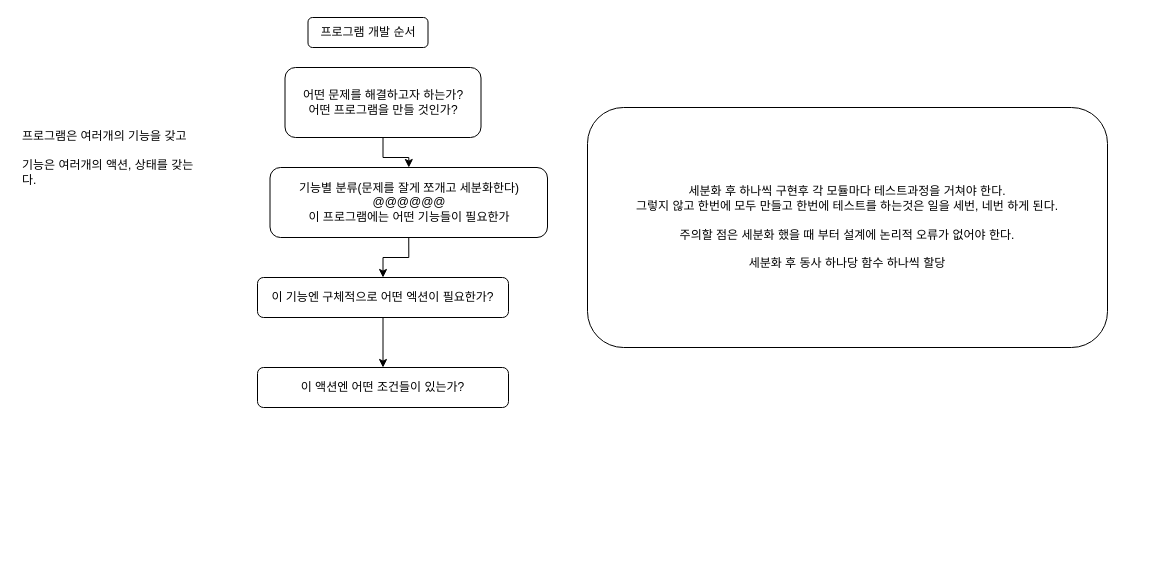
Before: 다이어그램/@@@@프로그램 구현 순서.drawio in steelfs/JY, a draw.io diagram. Source tidied: cells renumbered, new cells numbered last; positions are measured from the earlier drawing's top-left corner, leaving out a move shared by most shapes. Both pictures are drawn from the tidied source at 100%, with x=0, y=0 at pixel (17, 17).
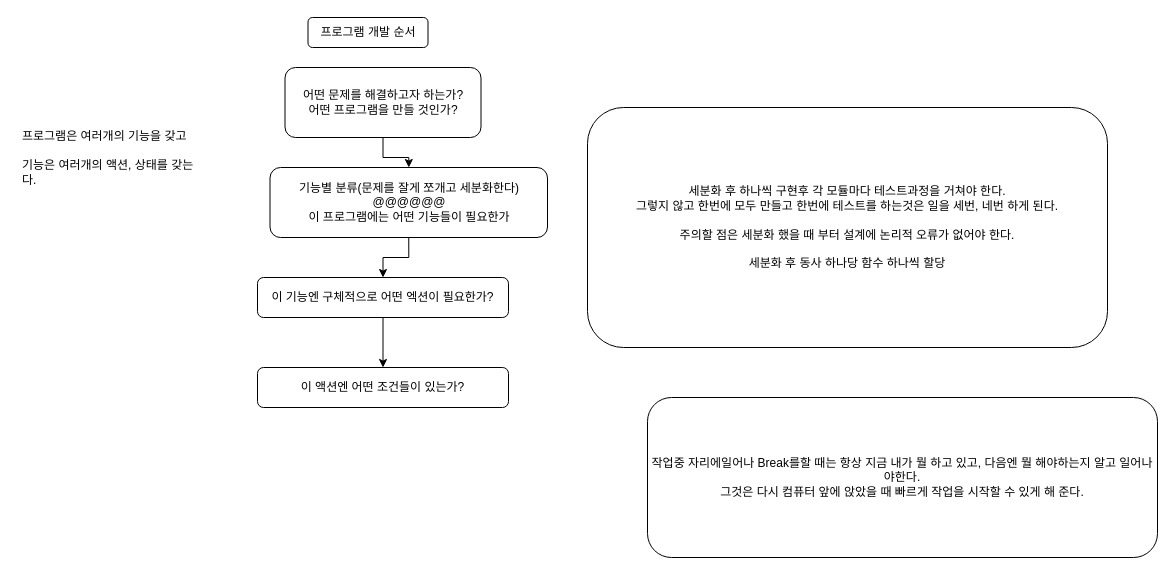
The same diagram, later.

Diff of the diagram source:
```diff
@@
 <mxGraphModel>
   <root>
     <mxCell id="0" />
     <mxCell id="1" parent="0" />
     <mxCell id="2" value="기능별 분류(문제를 잘게 쪼개고 세분화한다)&lt;br&gt;@@@@@@&lt;br&gt;이 프로그램에는 어떤 기능들이 필요한가" style="rounded=1;whiteSpace=wrap;html=1;" parent="1" vertex="1">
       <mxGeometry x="252.5" y="150" width="277.5" height="70" as="geometry" />
     </mxCell>
     <mxCell id="3" value="프로그램 개발 순서" style="rounded=1;whiteSpace=wrap;html=1;" parent="1" vertex="1">
       <mxGeometry x="290.5" width="120" height="30" as="geometry" />
     </mxCell>
     <mxCell id="4" style="edgeStyle=orthogonalEdgeStyle;rounded=0;jettySize=auto;html=1;exitX=0.5;exitY=1;exitDx=0;exitDy=0;entryX=0.5;entryY=0;entryDx=0;entryDy=0;" parent="1" edge="1" source="2" target="6">
       <mxGeometry relative="1" as="geometry" />
     </mxCell>
     <mxCell id="5" style="edgeStyle=orthogonalEdgeStyle;rounded=0;jettySize=auto;html=1;exitX=0.5;exitY=1;exitDx=0;exitDy=0;" parent="1" edge="1" source="6" target="10">
       <mxGeometry relative="1" as="geometry" />
     </mxCell>
     <mxCell id="6" value="이 기능엔 구체적으로 어떤 엑션이 필요한가?" style="rounded=1;whiteSpace=wrap;html=1;" parent="1" vertex="1">
       <mxGeometry x="240" y="260" width="251" height="40" as="geometry" />
     </mxCell>
     <mxCell id="7" value="&lt;h1 style=&quot;font-size: 15px;&quot;&gt;&lt;br&gt;&lt;/h1&gt;&lt;div&gt;&lt;br&gt;&lt;/div&gt;&lt;div&gt;프로그램은 여러개의 기능을 갖고&lt;/div&gt;&lt;div&gt;&lt;br&gt;&lt;/div&gt;&lt;div&gt;기능은 여러개의 액션, 상태를 갖는다.&lt;/div&gt;" style="text;html=1;strokeColor=none;fillColor=none;spacing=5;spacingTop=-20;whiteSpace=wrap;overflow=hidden;rounded=0;" parent="1" vertex="1">
       <mxGeometry y="70" width="190" height="120" as="geometry" />
     </mxCell>
     <mxCell id="8" style="edgeStyle=orthogonalEdgeStyle;rounded=0;jettySize=auto;html=1;exitX=0.5;exitY=1;exitDx=0;exitDy=0;" parent="1" edge="1" source="9" target="2">
       <mxGeometry relative="1" as="geometry" />
     </mxCell>
     <mxCell id="9" value="어떤 문제를 해결하고자 하는가?&lt;br&gt;어떤 프로그램을 만들 것인가?" style="rounded=1;whiteSpace=wrap;html=1;" parent="1" vertex="1">
       <mxGeometry x="267.5" y="50" width="196" height="70" as="geometry" />
     </mxCell>
     <mxCell id="10" value="이 액션엔 어떤 조건들이 있는가?" style="rounded=1;whiteSpace=wrap;html=1;" parent="1" vertex="1">
       <mxGeometry x="240" y="350" width="251" height="40" as="geometry" />
     </mxCell>
     <mxCell id="11" value="세분화 후 하나씩 구현후 각 모듈마다 테스트과정을 거쳐야 한다.&lt;br&gt;그렇지 않고 한번에 모두 만들고 한번에 테스트를 하는것은 일을 세번, 네번 하게 된다.&lt;br&gt;&lt;br&gt;주의할 점은 세분화 했을 때 부터 설계에 논리적 오류가 없어야 한다.&lt;br&gt;&lt;br&gt;세분화 후 동사 하나당 함수 하나씩 할당" style="rounded=1;whiteSpace=wrap;html=1;" parent="1" vertex="1">
       <mxGeometry x="570" y="90" width="520" height="240" as="geometry" />
     </mxCell>
+    <mxCell id="12" value="작업중 자리에일어나 Break를할 때는 항상 지금 내가 뭘 하고 있고, 다음엔 뭘 해야하는지 알고 일어나야한다.&lt;br&gt;그것은 다시 컴퓨터 앞에 앉았을 때 빠르게 작업을 시작할 수 있게 해 준다." style="rounded=1;whiteSpace=wrap;html=1;" parent="1" vertex="1">
+      <mxGeometry x="630" y="380" width="510" height="160" as="geometry" />
+    </mxCell>
   </root>
 </mxGraphModel>
```
